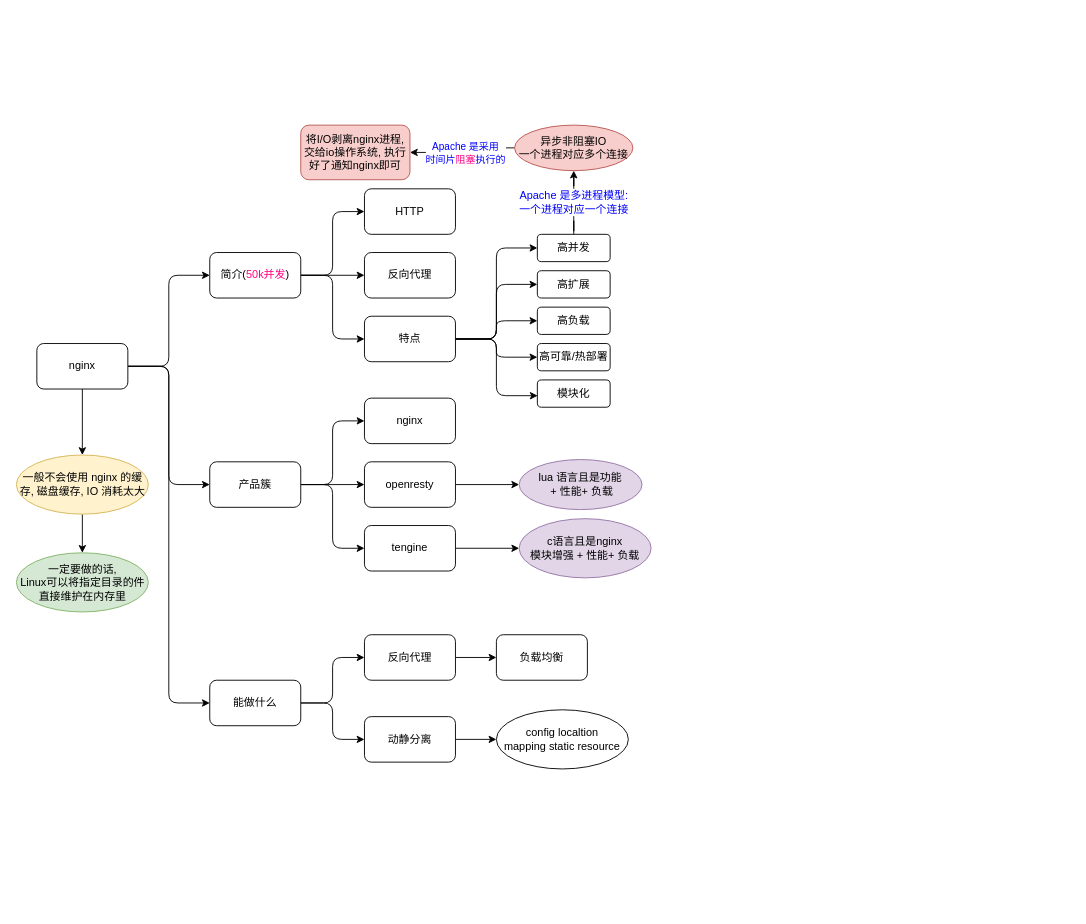
Above: diagrams/lb/nginx/01.overview.drawio in Alice52/diagrams (draw.io), before the change. Source tidied: cells renumbered, new cells numbered last; positions are measured from the earlier drawing's top-left corner, leaving out a move shared by most shapes. Both pictures are drawn from the tidied source at 91%, with x=0, y=0 at pixel (15, 125).
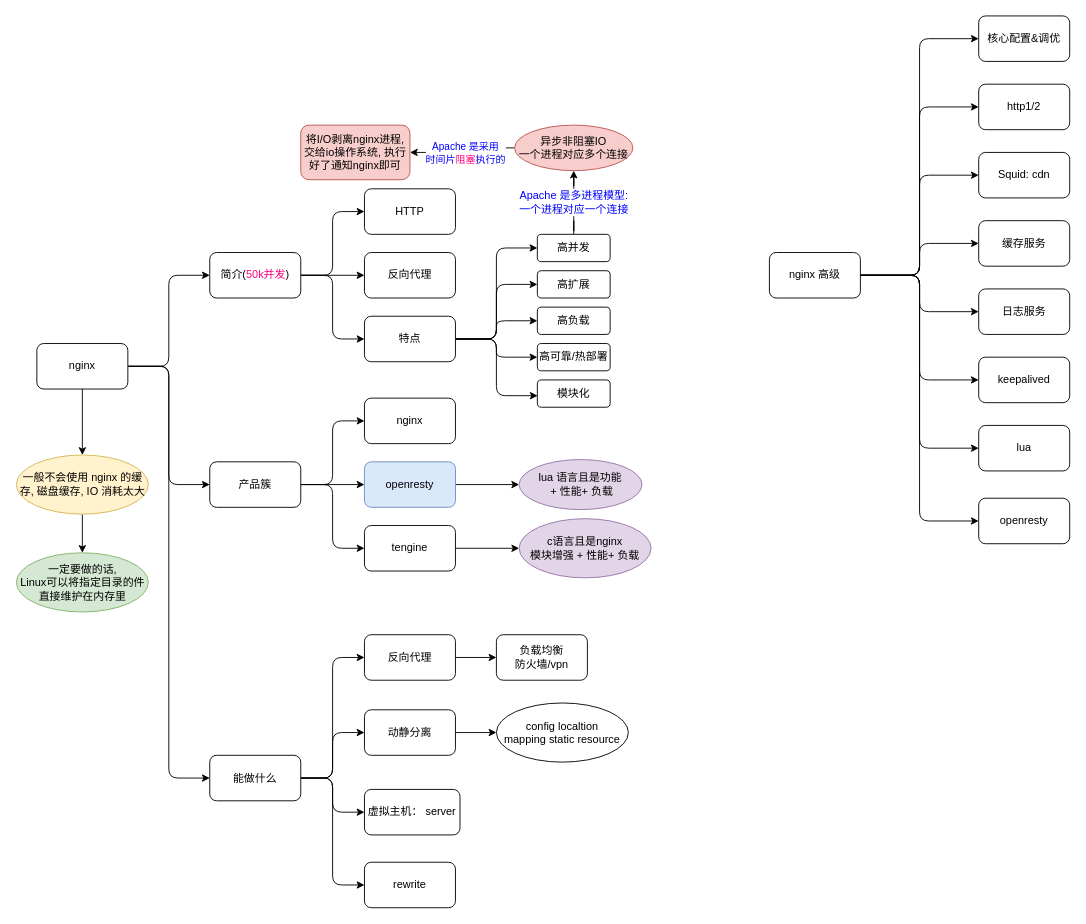
Above is the later version.

Commit message:
lb/nginx: add nginx advance feature

Diff of the diagram source:
```diff
@@
-    <mxCell id="17" value="openresty" style="rounded=1;whiteSpace=wrap;html=1;" parent="1" vertex="1">
+    <mxCell id="17" value="openresty" style="rounded=1;whiteSpace=wrap;html=1;fillColor=#dae8fc;strokeColor=#6c8ebf;" parent="1" vertex="1">
       <mxGeometry x="383" y="370" width="100" height="50" as="geometry" />
     </mxCell>
@@
+    <mxCell id="54" style="edgeStyle=orthogonalEdgeStyle;rounded=1;jettySize=auto;html=1;entryX=0;entryY=0.5;entryDx=0;entryDy=0;" parent="1" edge="1" source="26" target="56">
+      <mxGeometry relative="1" as="geometry" />
+    </mxCell>
+    <mxCell id="55" style="edgeStyle=orthogonalEdgeStyle;rounded=1;jettySize=auto;html=1;entryX=0;entryY=0.5;entryDx=0;entryDy=0;" parent="1" edge="1" source="26" target="57">
+      <mxGeometry relative="1" as="geometry" />
+    </mxCell>
     <mxCell id="26" value="能做什么" style="rounded=1;whiteSpace=wrap;html=1;" parent="1" vertex="1">
-      <mxGeometry x="213" y="610" width="100" height="50" as="geometry" />
+      <mxGeometry x="213" y="692.5" width="100" height="50" as="geometry" />
     </mxCell>
@@
     <mxCell id="30" value="动静分离" style="rounded=1;whiteSpace=wrap;html=1;" parent="1" vertex="1">
-      <mxGeometry x="383" y="650" width="100" height="50" as="geometry" />
+      <mxGeometry x="383" y="642.5" width="100" height="50" as="geometry" />
     </mxCell>
@@
-    <mxCell id="51" value="负载均衡" style="rounded=1;whiteSpace=wrap;html=1;" parent="1" vertex="1">
+    <mxCell id="51" value="负载均衡&lt;br&gt;防火墙/vpn" style="rounded=1;whiteSpace=wrap;html=1;" parent="1" vertex="1">
       <mxGeometry x="528" y="560" width="100" height="50" as="geometry" />
     </mxCell>
@@
     <mxCell id="53" value="config localtion &lt;br&gt;mapping static resource" style="ellipse;whiteSpace=wrap;html=1;rounded=1;" parent="1" vertex="1">
-      <mxGeometry x="528" y="642.5" width="145" height="65" as="geometry" />
+      <mxGeometry x="528" y="635" width="145" height="65" as="geometry" />
     </mxCell>
+    <mxCell id="56" value="虚拟主机： server" style="rounded=1;whiteSpace=wrap;html=1;" parent="1" vertex="1">
+      <mxGeometry x="383" y="730" width="105" height="50" as="geometry" />
+    </mxCell>
+    <mxCell id="57" value="rewrite" style="rounded=1;whiteSpace=wrap;html=1;" parent="1" vertex="1">
+      <mxGeometry x="383" y="810" width="100" height="50" as="geometry" />
+    </mxCell>
+    <mxCell id="58" style="edgeStyle=orthogonalEdgeStyle;rounded=1;jettySize=auto;html=1;entryX=0;entryY=0.5;entryDx=0;entryDy=0;" parent="1" edge="1" source="66" target="67">
+      <mxGeometry relative="1" as="geometry" />
+    </mxCell>
+    <mxCell id="59" style="edgeStyle=orthogonalEdgeStyle;rounded=1;jettySize=auto;html=1;entryX=0;entryY=0.5;entryDx=0;entryDy=0;" parent="1" edge="1" source="66" target="68">
+      <mxGeometry relative="1" as="geometry" />
+    </mxCell>
+    <mxCell id="60" style="edgeStyle=orthogonalEdgeStyle;rounded=1;jettySize=auto;html=1;entryX=0;entryY=0.5;entryDx=0;entryDy=0;" parent="1" edge="1" source="66" target="69">
+      <mxGeometry relative="1" as="geometry" />
+    </mxCell>
+    <mxCell id="61" style="edgeStyle=orthogonalEdgeStyle;rounded=1;jettySize=auto;html=1;entryX=0;entryY=0.5;entryDx=0;entryDy=0;" parent="1" edge="1" source="66" target="70">
+      <mxGeometry relative="1" as="geometry" />
+    </mxCell>
+    <mxCell id="62" style="edgeStyle=orthogonalEdgeStyle;rounded=1;jettySize=auto;html=1;entryX=0;entryY=0.5;entryDx=0;entryDy=0;" parent="1" edge="1" source="66" target="71">
+      <mxGeometry relative="1" as="geometry" />
+    </mxCell>
+    <mxCell id="63" style="edgeStyle=orthogonalEdgeStyle;rounded=1;jettySize=auto;html=1;entryX=0;entryY=0.5;entryDx=0;entryDy=0;" parent="1" edge="1" source="66" target="72">
+      <mxGeometry relative="1" as="geometry" />
+    </mxCell>
+    <mxCell id="64" style="edgeStyle=orthogonalEdgeStyle;rounded=1;jettySize=auto;html=1;entryX=0;entryY=0.5;entryDx=0;entryDy=0;" parent="1" edge="1" source="66" target="73">
+      <mxGeometry relative="1" as="geometry" />
+    </mxCell>
+    <mxCell id="65" style="edgeStyle=orthogonalEdgeStyle;rounded=1;jettySize=auto;html=1;entryX=0;entryY=0.5;entryDx=0;entryDy=0;" parent="1" edge="1" source="66" target="74">
+      <mxGeometry relative="1" as="geometry" />
+    </mxCell>
+    <mxCell id="66" value="nginx 高级" style="rounded=1;whiteSpace=wrap;html=1;" parent="1" vertex="1">
+      <mxGeometry x="828" y="140" width="100" height="50" as="geometry" />
+    </mxCell>
+    <mxCell id="67" value="核心配置&amp;amp;调优" style="rounded=1;whiteSpace=wrap;html=1;" parent="1" vertex="1">
+      <mxGeometry x="1058" y="-120" width="100" height="50" as="geometry" />
+    </mxCell>
+    <mxCell id="68" value="http1/2" style="rounded=1;whiteSpace=wrap;html=1;" parent="1" vertex="1">
+      <mxGeometry x="1058" y="-45" width="100" height="50" as="geometry" />
+    </mxCell>
+    <mxCell id="69" value="Squid: cdn" style="rounded=1;whiteSpace=wrap;html=1;" parent="1" vertex="1">
+      <mxGeometry x="1058" y="30" width="100" height="50" as="geometry" />
+    </mxCell>
+    <mxCell id="70" value="缓存服务" style="rounded=1;whiteSpace=wrap;html=1;" parent="1" vertex="1">
+      <mxGeometry x="1058" y="105" width="100" height="50" as="geometry" />
+    </mxCell>
+    <mxCell id="71" value="日志服务" style="rounded=1;whiteSpace=wrap;html=1;" parent="1" vertex="1">
+      <mxGeometry x="1058" y="180" width="100" height="50" as="geometry" />
+    </mxCell>
+    <mxCell id="72" value="keepalived" style="rounded=1;whiteSpace=wrap;html=1;" parent="1" vertex="1">
+      <mxGeometry x="1058" y="255" width="100" height="50" as="geometry" />
+    </mxCell>
+    <mxCell id="73" value="lua" style="rounded=1;whiteSpace=wrap;html=1;" parent="1" vertex="1">
+      <mxGeometry x="1058" y="330" width="100" height="50" as="geometry" />
+    </mxCell>
+    <mxCell id="74" value="openresty" style="rounded=1;whiteSpace=wrap;html=1;" parent="1" vertex="1">
+      <mxGeometry x="1058" y="410" width="100" height="50" as="geometry" />
+    </mxCell>
```
